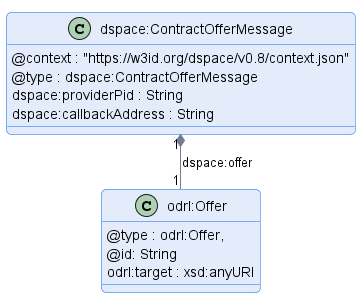
eclipse-dataspace-protocol-base/DataspaceProtocol keeps this PlantUML diagram as specifications/negotiation/message/diagram/contract-offer-message_initial.png. Above is the earlier version.
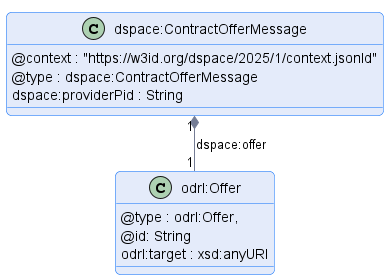
Above is the later version.

Commit message:
fix: remove callbackAddress from ContractOfferMessage

Change to the diagram source:
```diff
@@ -7,10 +7,9 @@
 
 
 class "dspace:ContractOfferMessage" {
-    @context : "https://w3id.org/dspace/v0.8/context.json"
+    @context : "https://w3id.org/dspace/2025/1/context.jsonld"
     @type : dspace:ContractOfferMessage
     dspace:providerPid : String
-    dspace:callbackAddress : String
 }
 
 class odrl:Offer {
```
